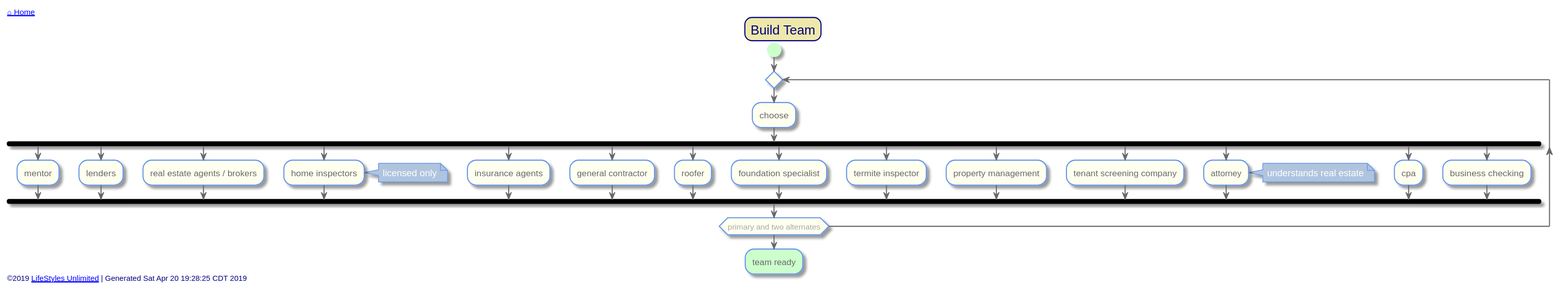
Before: out/src/single-family/team-building.svg, a diagram exported from PlantUML (toddmo/lifestylesunlimited). The source it was exported from:
```plantuml
@startuml team-building


skinparam {
  BorderColor Red
  PathHoverColor Blue
}

skinparam Title {
  FontColor Navy
  BackgroundColor PaleGoldenRod
  BorderColor Navy
  BorderRoundCorner 20
}

skinparam activity {
  BackgroundColor Ivory
  BorderColor CornflowerBlue
  FontColor DimGray


  Arrow {
    Color dimgray
    FontColor dimgray
  }

  Start {
    Color PHYSICAL
  }

  End {
    Color Coral
  }

  Diamond {
    BackgroundColor Ivory
    BorderColor CornflowerBlue
    FontColor DarkGray
  }

  BackgroundColor<< Exception >> Red
	BorderColor<< Exception >> White
}

skinparam Swimlane {
  BorderColor CornflowerBlue
}

skinparam Partition {
  BackgroundColor Ivory
  BorderColor CornflowerBlue
  BorderThickness 1
  FontColor CornflowerBlue
  FontSize 16
  BorderRoundCorner 20
}

skinparam Note {
  BackgroundColor LightSteelBlue
  BorderColor CornflowerBlue
  FontColor White
}

skinparam Legend {
  BackgroundColor LightSteelBlue
  BorderColor CornflowerBlue
  FontColor White
}

skinparam Footer {
  FontColor Navy
}


left header
	<font color=Navy>[[../index.svg ⌂ Home]]</font>
endheader


	Title Build Team

	start

	repeat

		:choose;

		fork
			:mentor;
		fork again
			:lenders;
		fork again
			:real estate agents / brokers;
		fork again
			:home inspectors;
			note right: licensed only
		fork again
			:insurance agents;
		fork again
			:general contractor;
		fork again
			:roofer;
		fork again
			:foundation specialist;
		fork again
			:termite inspector;
		fork again
			:property management;
		fork again
			:tenant screening company;
		fork again
			:attorney;
			note right: understands real estate
		fork again
			:cpa;
		fork again
			:business checking;
		end fork
	repeat while (primary and two alternates)
	#PHYSICAL:team ready;



left footer
	©2019 [[http://www.lifestylesunlimited.com LifeStyles Unlimited]] | Generated Sat Apr 20 19:28:25 CDT 2019
endfooter


@enduml
```
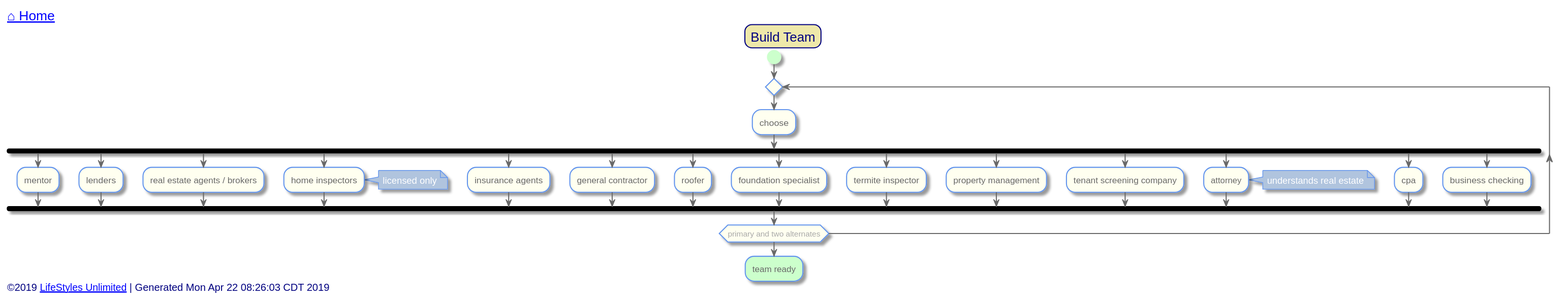
Above is the later version.

Change to the diagram source:
```diff
@@ -73,7 +73,7 @@
 
 
 left header
-	<font color=Navy>[[../index.svg ⌂ Home]]</font>
+	<font color=Navy size=18>[[../index.svg ⌂ Home]]</font>
 endheader
 
 
@@ -122,7 +122,7 @@
 
 
 left footer
-	©2019 [[http://www.lifestylesunlimited.com LifeStyles Unlimited]] | Generated Sat Apr 20 19:28:25 CDT 2019
+	<font size=14>©2019 [[http://www.lifestylesunlimited.com LifeStyles Unlimited]] | Generated Mon Apr 22 08:26:03 CDT 2019</font>
 endfooter
 
 
```
